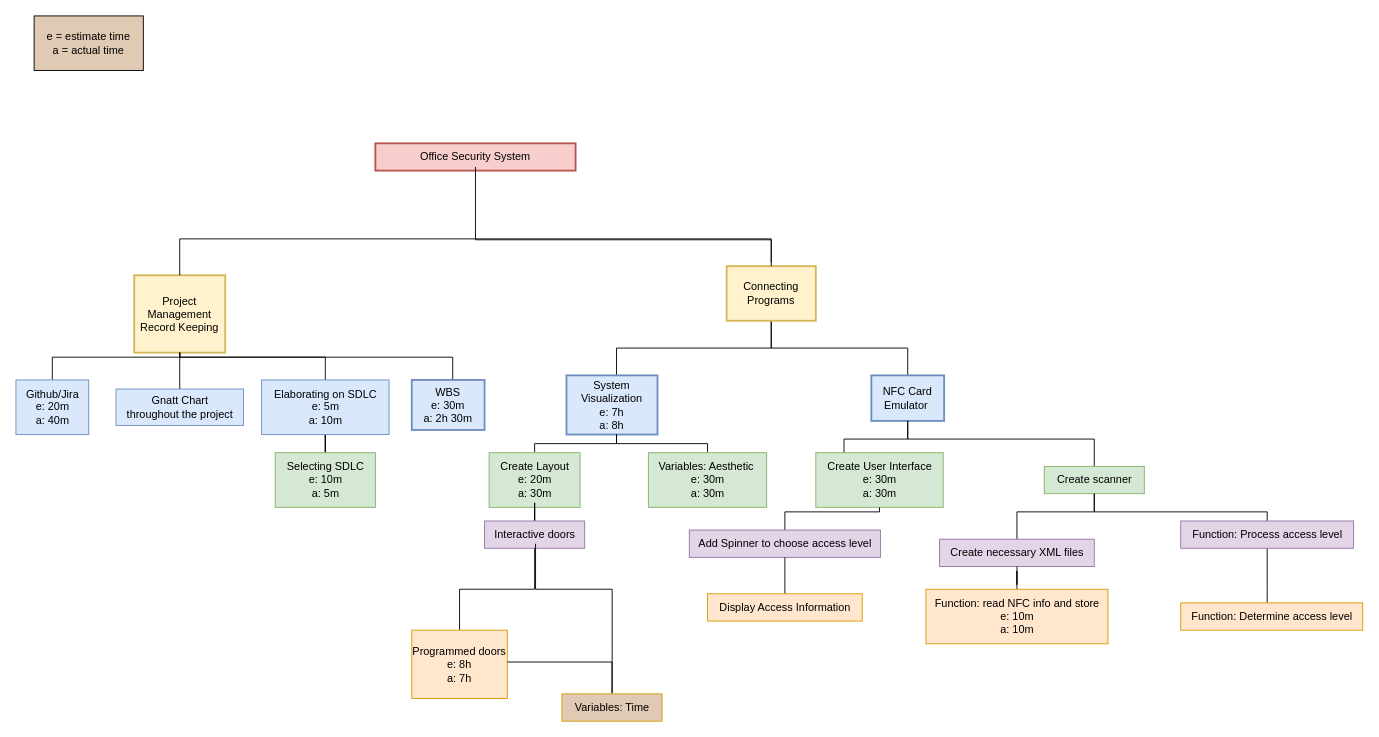
Before: WBS wip.drawio in kitkat6410/COSC-310-Project-Personal, a draw.io diagram. Source tidied: cells renumbered, new cells numbered last; positions are measured from the earlier drawing's top-left corner, leaving out a move shared by most shapes. Both pictures are drawn from the tidied source at 91%, with x=0, y=0 at pixel (15, 15).
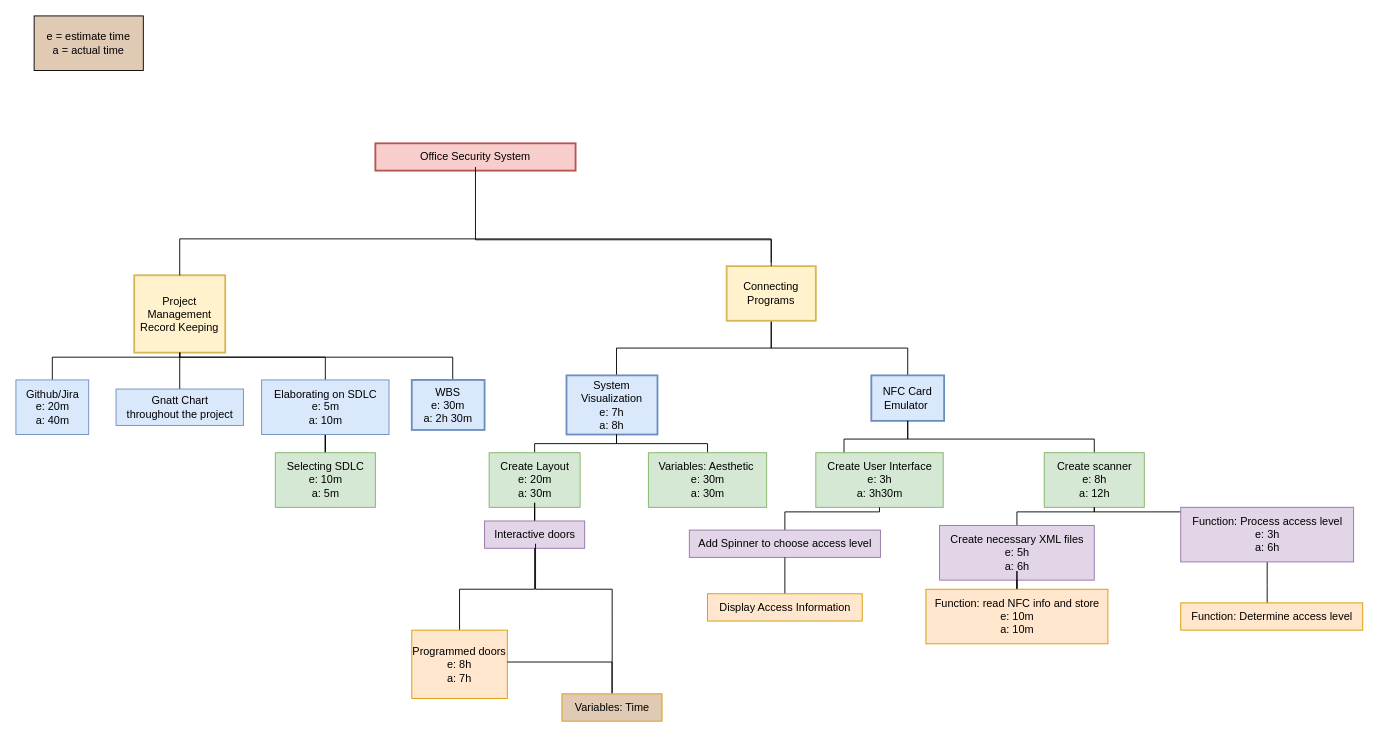
The same diagram, later.

Change to the diagram source:
```diff
@@
-    <mxCell id="19" value="Create User Interface&lt;br&gt;e: 30m&lt;br&gt;a: 30m" style="text;html=1;align=center;verticalAlign=middle;points=[];strokeColor=#82b366;fillColor=#d5e8d4;" parent="1" vertex="1">
+    <mxCell id="19" value="Create User Interface&lt;br&gt;e: 3h&lt;br&gt;a: 3h30m" style="text;html=1;align=center;verticalAlign=middle;points=[];strokeColor=#82b366;fillColor=#d5e8d4;" parent="1" vertex="1">
       <mxGeometry x="879" y="480" width="140" height="60" as="geometry" />
     </mxCell>
@@
-    <mxCell id="21" value="Create scanner" style="text;html=1;align=center;verticalAlign=middle;points=[];strokeColor=#82b366;fillColor=#d5e8d4;" parent="1" vertex="1">
-      <mxGeometry x="1130" y="495" width="110" height="30" as="geometry" />
+    <mxCell id="21" value="Create scanner&lt;br&gt;e: 8h&lt;br&gt;a: 12h" style="text;html=1;align=center;verticalAlign=middle;points=[];strokeColor=#82b366;fillColor=#d5e8d4;" parent="1" vertex="1">
+      <mxGeometry x="1130" y="480" width="110" height="60" as="geometry" />
     </mxCell>
@@
-    <mxCell id="37" value="Create necessary XML files" style="text;html=1;align=center;verticalAlign=middle;points=[];strokeColor=#9673a6;fillColor=#e1d5e7;" parent="1" vertex="1">
-      <mxGeometry x="1015" y="575" width="170" height="30" as="geometry" />
+    <mxCell id="37" value="Create necessary XML files&lt;br&gt;e: 5h&lt;br&gt;a: 6h" style="text;html=1;align=center;verticalAlign=middle;points=[];strokeColor=#9673a6;fillColor=#e1d5e7;" parent="1" vertex="1">
+      <mxGeometry x="1015" y="560" width="170" height="60" as="geometry" />
     </mxCell>
@@
-    <mxCell id="45" value="Function: Process access level" style="text;html=1;align=center;verticalAlign=middle;points=[];strokeColor=#9673a6;fillColor=#e1d5e7;" parent="1" vertex="1">
-      <mxGeometry x="1280" y="555" width="190" height="30" as="geometry" />
+    <mxCell id="45" value="Function: Process access level&lt;br&gt;e: 3h&lt;br&gt;a: 6h" style="text;html=1;align=center;verticalAlign=middle;points=[];strokeColor=#9673a6;fillColor=#e1d5e7;" parent="1" vertex="1">
+      <mxGeometry x="1280" y="540" width="190" height="60" as="geometry" />
     </mxCell>
```
